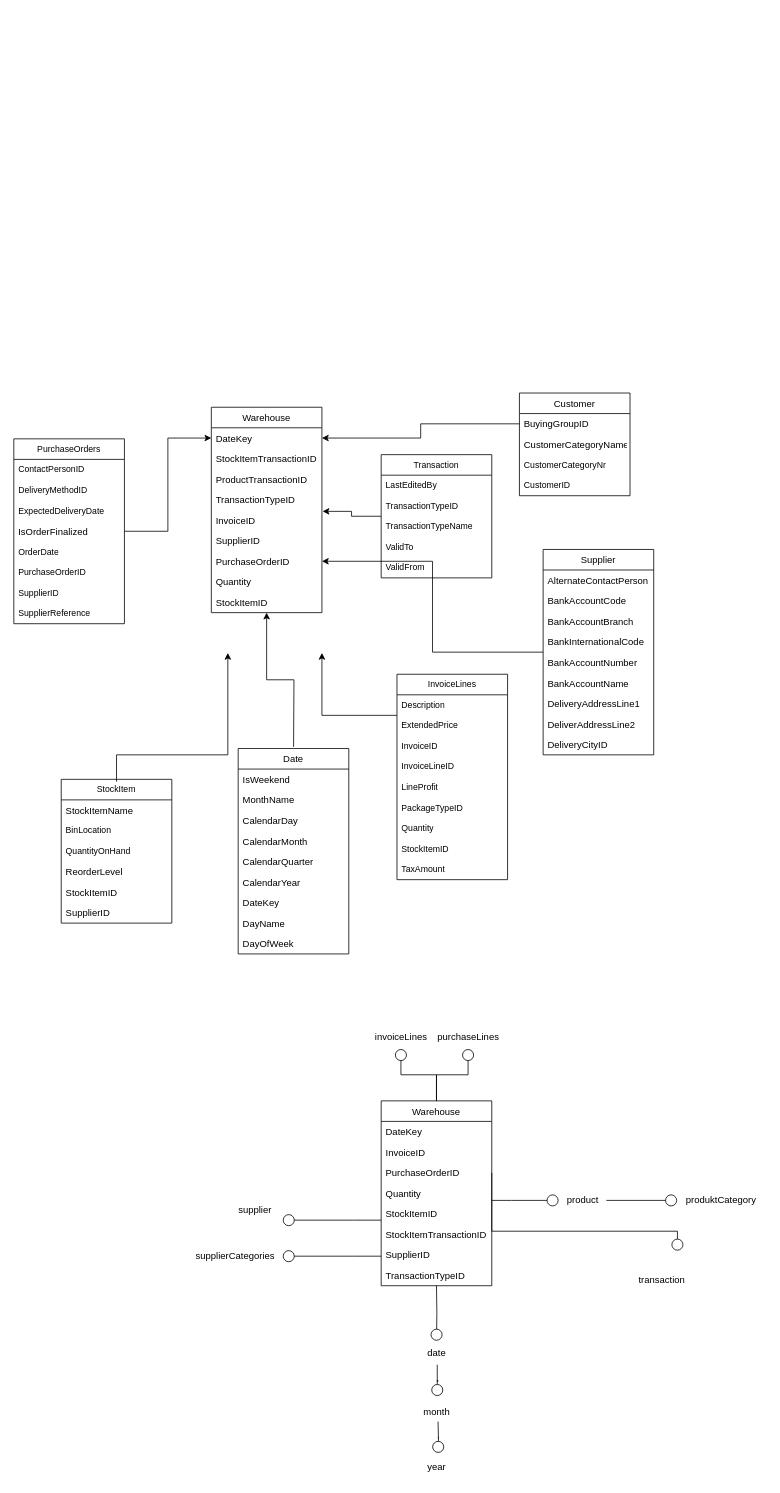
Above: page "Lagerhaltung" (5 of 7) of Datenbankmodell_Abgabe_neu.drawio in Lukas313/PR-DKE (draw.io), before the change. Source tidied: cells renumbered, new cells numbered last; positions are measured from the earlier drawing's top-left corner, leaving out a move shared by most shapes. Both pictures are drawn from the tidied source at 79%, with x=0, y=0 at pixel (13, 393).
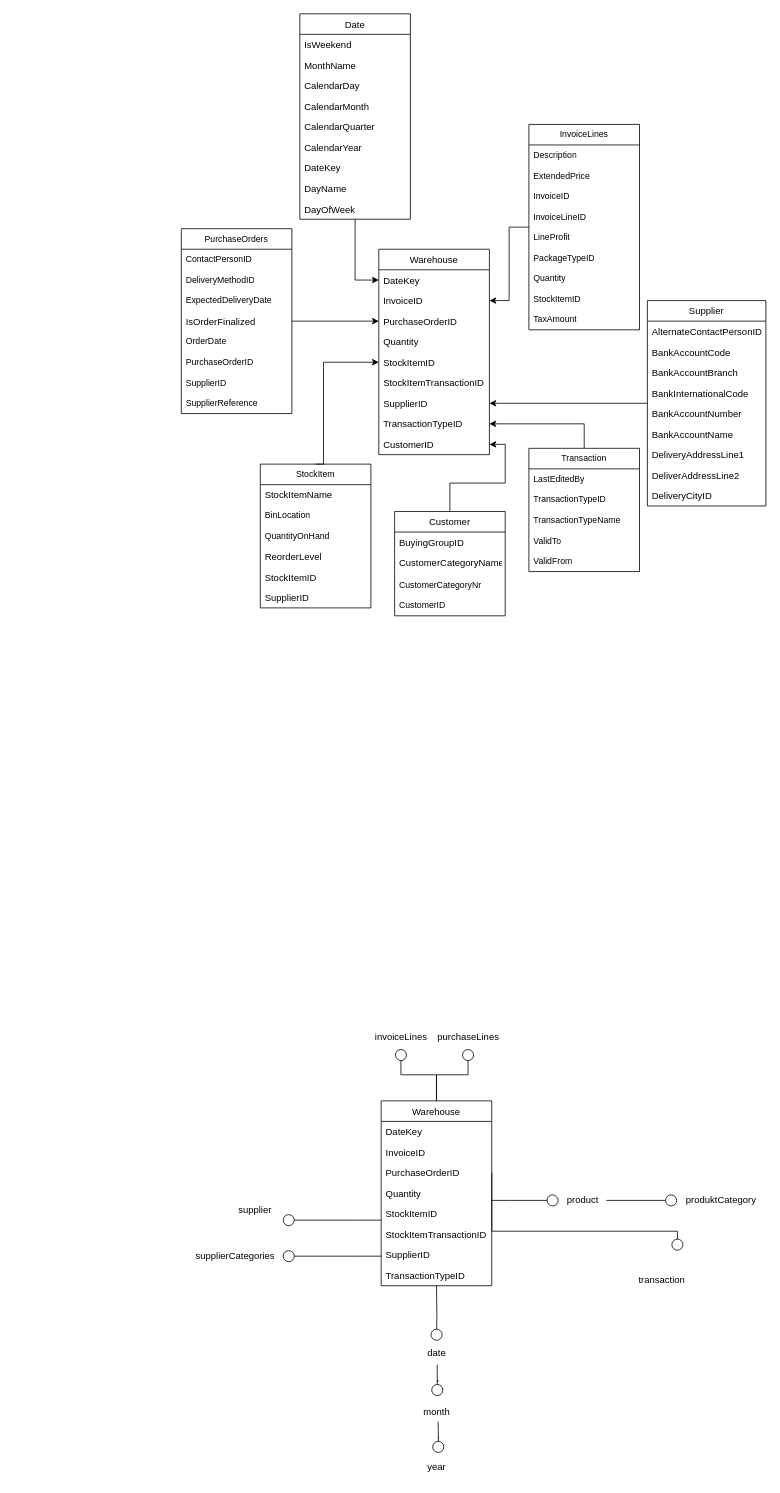
The same page after the edit.

The change refers to these unchanged cells:
```xml
<mxCell id="3" value="BuyingGroupID" style="text;strokeColor=none;fillColor=none;align=left;verticalAlign=top;spacingLeft=4;spacingRight=4;overflow=hidden;points=[[0,0.5],[1,0.5]];portConstraint=eastwest;" parent="2" vertex="1">
  <mxGeometry y="26" width="140" height="26" as="geometry" />
</mxCell>
<mxCell id="8" value="DateKey" style="text;strokeColor=none;fillColor=none;align=left;verticalAlign=top;spacingLeft=4;spacingRight=4;overflow=hidden;points=[[0,0.5],[1,0.5]];portConstraint=eastwest;" parent="7" vertex="1">
  <mxGeometry y="26" width="140" height="26" as="geometry" />
</mxCell>
```

What changed in the source:
```diff
@@
+    <mxCell id="105" style="edgeStyle=orthogonalEdgeStyle;rounded=0;jettySize=auto;html=1;entryX=1;entryY=0.5;entryDx=0;entryDy=0;" parent="1" edge="1" source="2" target="106">
+      <mxGeometry relative="1" as="geometry" />
+    </mxCell>
     <mxCell id="2" value="Customer" style="swimlane;fontStyle=0;horizontal=1;startSize=26;fillColor=none;" parent="1" vertex="1">
-      <mxGeometry x="640" width="140" height="130" as="geometry" />
+      <mxGeometry x="482" y="150" width="140" height="132" as="geometry" />
     </mxCell>
@@
     <mxCell id="4" value="CustomerCategoryName" style="text;strokeColor=none;fillColor=none;align=left;verticalAlign=top;spacingLeft=4;spacingRight=4;overflow=hidden;" parent="2" vertex="1">
-      <mxGeometry y="52" width="140" height="26" as="geometry" />
+      <mxGeometry y="52" width="140" height="28" as="geometry" />
     </mxCell>
     <mxCell id="5" value="CustomerCategoryNr" style="text;strokeColor=none;fillColor=none;align=left;verticalAlign=top;spacingLeft=4;spacingRight=4;overflow=hidden;whiteSpace=wrap;html=1;fontSize=11;fontFamily=Helvetica;fontColor=default;" parent="2" vertex="1">
-      <mxGeometry y="78" width="140" height="26" as="geometry" />
+      <mxGeometry y="80" width="140" height="26" as="geometry" />
     </mxCell>
     <mxCell id="6" value="CustomerID" style="text;strokeColor=none;fillColor=none;align=left;verticalAlign=top;spacingLeft=4;spacingRight=4;overflow=hidden;whiteSpace=wrap;html=1;fontSize=11;fontFamily=Helvetica;fontColor=default;" parent="2" vertex="1">
-      <mxGeometry y="104" width="140" height="26" as="geometry" />
+      <mxGeometry y="106" width="140" height="26" as="geometry" />
     </mxCell>
     <mxCell id="7" value="Warehouse" style="swimlane;fontStyle=0;horizontal=1;startSize=26;fillColor=none;" parent="1" vertex="1">
-      <mxGeometry x="250" y="18" width="140" height="260" as="geometry" />
+      <mxGeometry x="462" y="-182" width="140" height="260" as="geometry" />
     </mxCell>
@@
-    <mxCell id="9" value="StockItemTransactionID" style="text;strokeColor=none;fillColor=none;align=left;verticalAlign=top;spacingLeft=4;spacingRight=4;overflow=hidden;" parent="7" vertex="1">
-      <mxGeometry y="52" width="140" height="26" as="geometry" />
-    </mxCell>
-    <mxCell id="10" value="ProductTransactionID" style="text;strokeColor=none;fillColor=none;align=left;verticalAlign=top;spacingLeft=4;spacingRight=4;overflow=hidden;" parent="7" vertex="1">
-      <mxGeometry y="78" width="140" height="26" as="geometry" />
-    </mxCell>
-    <mxCell id="11" value="TransactionTypeID" style="text;strokeColor=none;fillColor=none;align=left;verticalAlign=top;spacingLeft=4;spacingRight=4;overflow=hidden;points=[[0,0.5],[1,0.5]];portConstraint=eastwest;" parent="7" vertex="1">
-      <mxGeometry y="104" width="140" height="26" as="geometry" />
-    </mxCell>
     <mxCell id="12" value="InvoiceID" style="text;strokeColor=none;fillColor=none;align=left;verticalAlign=top;spacingLeft=4;spacingRight=4;overflow=hidden;points=[[0,0.5],[1,0.5]];portConstraint=eastwest;" parent="7" vertex="1">
-      <mxGeometry y="130" width="140" height="26" as="geometry" />
+      <mxGeometry y="52" width="140" height="26" as="geometry" />
     </mxCell>
-    <mxCell id="13" value="SupplierID" style="text;strokeColor=none;fillColor=none;align=left;verticalAlign=top;spacingLeft=4;spacingRight=4;overflow=hidden;points=[[0,0.5],[1,0.5]];portConstraint=eastwest;" parent="7" vertex="1">
-      <mxGeometry y="156" width="140" height="26" as="geometry" />
-    </mxCell>
     <mxCell id="14" value="PurchaseOrderID" style="text;strokeColor=none;fillColor=none;align=left;verticalAlign=top;spacingLeft=4;spacingRight=4;overflow=hidden;points=[[0,0.5],[1,0.5]];portConstraint=eastwest;" parent="7" vertex="1">
-      <mxGeometry y="182" width="140" height="26" as="geometry" />
+      <mxGeometry y="78" width="140" height="26" as="geometry" />
     </mxCell>
     <mxCell id="15" value="Quantity" style="text;strokeColor=none;fillColor=none;align=left;verticalAlign=top;spacingLeft=4;spacingRight=4;overflow=hidden;" parent="7" vertex="1">
-      <mxGeometry y="208" width="140" height="26" as="geometry" />
+      <mxGeometry y="104" width="140" height="26" as="geometry" />
     </mxCell>
     <mxCell id="16" value="StockItemID" style="text;strokeColor=none;fillColor=none;align=left;verticalAlign=top;spacingLeft=4;spacingRight=4;overflow=hidden;points=[[0,0.5],[1,0.5]];portConstraint=eastwest;" parent="7" vertex="1">
-      <mxGeometry y="234" width="140" height="26" as="geometry" />
+      <mxGeometry y="130" width="140" height="26" as="geometry" />
     </mxCell>
+    <mxCell id="9" value="StockItemTransactionID" style="text;strokeColor=none;fillColor=none;align=left;verticalAlign=top;spacingLeft=4;spacingRight=4;overflow=hidden;" parent="7" vertex="1">
+      <mxGeometry y="156" width="140" height="26" as="geometry" />
+    </mxCell>
+    <mxCell id="13" value="SupplierID" style="text;strokeColor=none;fillColor=none;align=left;verticalAlign=top;spacingLeft=4;spacingRight=4;overflow=hidden;points=[[0,0.5],[1,0.5]];portConstraint=eastwest;" parent="7" vertex="1">
+      <mxGeometry y="182" width="140" height="26" as="geometry" />
+    </mxCell>
+    <mxCell id="11" value="TransactionTypeID" style="text;strokeColor=none;fillColor=none;align=left;verticalAlign=top;spacingLeft=4;spacingRight=4;overflow=hidden;points=[[0,0.5],[1,0.5]];portConstraint=eastwest;" parent="7" vertex="1">
+      <mxGeometry y="208" width="140" height="26" as="geometry" />
+    </mxCell>
+    <mxCell id="106" value="CustomerID" style="text;strokeColor=none;fillColor=none;align=left;verticalAlign=top;spacingLeft=4;spacingRight=4;overflow=hidden;points=[[0,0.5],[1,0.5]];portConstraint=eastwest;" parent="7" vertex="1">
+      <mxGeometry y="234" width="140" height="26" as="geometry" />
+    </mxCell>
@@
     <mxCell id="44" value="Transaction" style="swimlane;fontStyle=0;horizontal=1;startSize=26;fillColor=none;whiteSpace=wrap;html=1;fontFamily=Helvetica;fontSize=11;fontColor=default;" parent="1" vertex="1">
-      <mxGeometry x="465" y="78" width="140" height="156" as="geometry" />
+      <mxGeometry x="652" y="70" width="140" height="156" as="geometry" />
     </mxCell>
@@
-    <mxCell id="50" style="edgeStyle=orthogonalEdgeStyle;shape=connector;rounded=0;jettySize=auto;html=1;entryX=0;entryY=0.5;entryDx=0;entryDy=0;labelBackgroundColor=default;strokeColor=default;align=center;verticalAlign=middle;fontFamily=Helvetica;fontSize=11;fontColor=default;endArrow=classic;" parent="1" edge="1" source="51" target="8">
+    <mxCell id="50" style="edgeStyle=orthogonalEdgeStyle;shape=connector;rounded=0;jettySize=auto;html=1;labelBackgroundColor=default;strokeColor=default;align=center;verticalAlign=middle;fontFamily=Helvetica;fontSize=11;fontColor=default;endArrow=classic;entryX=0;entryY=0.5;entryDx=0;entryDy=0;" parent="1" edge="1" source="51" target="14">
       <mxGeometry relative="1" as="geometry" />
     </mxCell>
     <mxCell id="51" value="PurchaseOrders" style="swimlane;fontStyle=0;horizontal=1;startSize=26;fillColor=none;whiteSpace=wrap;html=1;fontFamily=Helvetica;fontSize=11;fontColor=default;" parent="1" vertex="1">
-      <mxGeometry y="58" width="140" height="234" as="geometry" />
+      <mxGeometry x="212" y="-208" width="140" height="234" as="geometry" />
     </mxCell>
@@
     <mxCell id="60" value="InvoiceLines" style="swimlane;fontStyle=0;horizontal=1;startSize=26;fillColor=none;whiteSpace=wrap;html=1;fontFamily=Helvetica;fontSize=11;fontColor=default;" parent="1" vertex="1">
-      <mxGeometry x="485" y="356" width="140" height="260" as="geometry" />
+      <mxGeometry x="652" y="-340" width="140" height="260" as="geometry" />
     </mxCell>
@@
-    <mxCell id="70" style="edgeStyle=orthogonalEdgeStyle;shape=connector;rounded=0;jettySize=auto;html=1;entryX=1;entryY=0.5;entryDx=0;entryDy=0;labelBackgroundColor=default;strokeColor=default;align=center;verticalAlign=middle;fontFamily=Helvetica;fontSize=11;fontColor=default;endArrow=classic;" parent="1" edge="1" source="3" target="8">
-      <mxGeometry relative="1" as="geometry" />
-    </mxCell>
-    <mxCell id="71" style="edgeStyle=orthogonalEdgeStyle;shape=connector;rounded=0;jettySize=auto;html=1;entryX=1.006;entryY=0.069;entryDx=0;entryDy=0;entryPerimeter=0;labelBackgroundColor=default;strokeColor=default;align=center;verticalAlign=middle;fontFamily=Helvetica;fontSize=11;fontColor=default;endArrow=classic;" parent="1" edge="1" source="44" target="12">
+    <mxCell id="71" style="edgeStyle=orthogonalEdgeStyle;shape=connector;rounded=0;jettySize=auto;html=1;labelBackgroundColor=default;strokeColor=default;align=center;verticalAlign=middle;fontFamily=Helvetica;fontSize=11;fontColor=default;endArrow=classic;" parent="1" edge="1" source="44" target="11">
       <mxGeometry relative="1" as="geometry" />
     </mxCell>
-    <mxCell id="72" style="edgeStyle=orthogonalEdgeStyle;shape=connector;rounded=0;jettySize=auto;html=1;entryX=1;entryY=0.962;entryDx=0;entryDy=0;entryPerimeter=0;labelBackgroundColor=default;strokeColor=default;align=center;verticalAlign=middle;fontFamily=Helvetica;fontSize=11;fontColor=default;endArrow=classic;" parent="1" edge="1" source="60">
-      <mxGeometry relative="1" as="geometry">
-        <mxPoint x="390" y="329" as="targetPoint" />
-        <Array as="points">
-          <mxPoint x="390" y="408" />
-        </Array>
-      </mxGeometry>
-    </mxCell>
-    <mxCell id="73" style="edgeStyle=orthogonalEdgeStyle;shape=connector;rounded=0;orthogonalLoop=1;jettySize=auto;html=1;entryX=0.149;entryY=0.962;entryDx=0;entryDy=0;entryPerimeter=0;labelBackgroundColor=default;strokeColor=default;align=center;verticalAlign=middle;fontFamily=Helvetica;fontSize=11;fontColor=default;endArrow=classic;" parent="1" edge="1">
+    <mxCell id="73" style="edgeStyle=orthogonalEdgeStyle;shape=connector;rounded=0;jettySize=auto;html=1;entryX=0;entryY=0.5;entryDx=0;entryDy=0;labelBackgroundColor=default;strokeColor=default;align=center;verticalAlign=middle;fontFamily=Helvetica;fontSize=11;fontColor=default;endArrow=classic;exitX=0.5;exitY=0;exitDx=0;exitDy=0;" parent="1" edge="1" source="98" target="16">
       <mxGeometry relative="1" as="geometry">
-        <mxPoint x="130" y="492" as="sourcePoint" />
-        <mxPoint x="270.9" y="329" as="targetPoint" />
         <Array as="points">
-          <mxPoint x="130" y="458" />
-          <mxPoint x="271" y="458" />
+          <mxPoint x="392" y="90" />
+          <mxPoint x="392" y="-39" />
         </Array>
       </mxGeometry>
     </mxCell>
@@
-    <mxCell id="76" style="edgeStyle=orthogonalEdgeStyle;rounded=0;jettySize=auto;html=1;entryX=0.5;entryY=1;entryDx=0;entryDy=0;" parent="1" edge="1" target="7">
-      <mxGeometry relative="1" as="geometry">
-        <mxPoint x="354.1" y="448" as="sourcePoint" />
-      </mxGeometry>
-    </mxCell>
-    <mxCell id="77" value="Date" style="swimlane;fontStyle=0;horizontal=1;startSize=26;fillColor=none;" parent="1" vertex="1">
-      <mxGeometry x="284" y="450" width="140" height="260" as="geometry" />
-    </mxCell>
-    <mxCell id="78" value="IsWeekend" style="text;strokeColor=none;fillColor=none;align=left;verticalAlign=top;spacingLeft=4;spacingRight=4;overflow=hidden;" parent="77" vertex="1">
-      <mxGeometry y="26" width="140" height="26" as="geometry" />
-    </mxCell>
-    <mxCell id="79" value="MonthName" style="text;strokeColor=none;fillColor=none;align=left;verticalAlign=top;spacingLeft=4;spacingRight=4;overflow=hidden;" parent="77" vertex="1">
-      <mxGeometry y="52" width="140" height="26" as="geometry" />
-    </mxCell>
-    <mxCell id="80" value="CalendarDay" style="text;strokeColor=none;fillColor=none;align=left;verticalAlign=top;spacingLeft=4;spacingRight=4;overflow=hidden;" parent="77" vertex="1">
-      <mxGeometry y="78" width="140" height="26" as="geometry" />
-    </mxCell>
-    <mxCell id="81" value="CalendarMonth" style="text;strokeColor=none;fillColor=none;align=left;verticalAlign=top;spacingLeft=4;spacingRight=4;overflow=hidden;" parent="77" vertex="1">
-      <mxGeometry y="104" width="140" height="26" as="geometry" />
-    </mxCell>
-    <mxCell id="82" value="CalendarQuarter" style="text;strokeColor=none;fillColor=none;align=left;verticalAlign=top;spacingLeft=4;spacingRight=4;overflow=hidden;" parent="77" vertex="1">
-      <mxGeometry y="130" width="140" height="26" as="geometry" />
-    </mxCell>
-    <mxCell id="83" value="CalendarYear" style="text;strokeColor=none;fillColor=none;align=left;verticalAlign=top;spacingLeft=4;spacingRight=4;overflow=hidden;" parent="77" vertex="1">
-      <mxGeometry y="156" width="140" height="26" as="geometry" />
-    </mxCell>
-    <mxCell id="84" value="DateKey" style="text;strokeColor=none;fillColor=none;align=left;verticalAlign=top;spacingLeft=4;spacingRight=4;overflow=hidden;" parent="77" vertex="1">
-      <mxGeometry y="182" width="140" height="26" as="geometry" />
-    </mxCell>
-    <mxCell id="85" value="DayName" style="text;strokeColor=none;fillColor=none;align=left;verticalAlign=top;spacingLeft=4;spacingRight=4;overflow=hidden;" parent="77" vertex="1">
-      <mxGeometry y="208" width="140" height="26" as="geometry" />
-    </mxCell>
-    <mxCell id="86" value="DayOfWeek" style="text;strokeColor=none;fillColor=none;align=left;verticalAlign=top;spacingLeft=4;spacingRight=4;overflow=hidden;" parent="77" vertex="1">
-      <mxGeometry y="234" width="140" height="26" as="geometry" />
-    </mxCell>
-    <mxCell id="87" style="edgeStyle=orthogonalEdgeStyle;rounded=0;jettySize=auto;html=1;entryX=1;entryY=0.5;entryDx=0;entryDy=0;" parent="1" edge="1" source="88" target="14">
-      <mxGeometry relative="1" as="geometry" />
-    </mxCell>
+    <mxCell id="107" style="edgeStyle=orthogonalEdgeStyle;rounded=0;jettySize=auto;html=1;entryX=1;entryY=0.5;entryDx=0;entryDy=0;" parent="1" edge="1" source="88" target="13">
+      <mxGeometry relative="1" as="geometry" />
+    </mxCell>
     <mxCell id="88" value="Supplier" style="swimlane;fontStyle=0;horizontal=1;startSize=26;fillColor=none;" parent="1" vertex="1">
-      <mxGeometry x="670" y="198" width="140" height="260" as="geometry" />
+      <mxGeometry x="802" y="-117" width="150" height="260" as="geometry" />
     </mxCell>
-    <mxCell id="89" value="AlternateContactPerson" style="text;strokeColor=none;fillColor=none;align=left;verticalAlign=top;spacingLeft=4;spacingRight=4;overflow=hidden;" parent="88" vertex="1">
-      <mxGeometry y="26" width="140" height="26" as="geometry" />
+    <mxCell id="89" value="AlternateContactPersonID" style="text;strokeColor=none;fillColor=none;align=left;verticalAlign=top;spacingLeft=4;spacingRight=4;overflow=hidden;" parent="88" vertex="1">
+      <mxGeometry y="26" width="150" height="26" as="geometry" />
     </mxCell>
     <mxCell id="90" value="BankAccountCode" style="text;strokeColor=none;fillColor=none;align=left;verticalAlign=top;spacingLeft=4;spacingRight=4;overflow=hidden;" parent="88" vertex="1">
-      <mxGeometry y="52" width="140" height="26" as="geometry" />
+      <mxGeometry y="52" width="150" height="26" as="geometry" />
     </mxCell>
     <mxCell id="91" value="BankAccountBranch" style="text;strokeColor=none;fillColor=none;align=left;verticalAlign=top;spacingLeft=4;spacingRight=4;overflow=hidden;" parent="88" vertex="1">
-      <mxGeometry y="78" width="140" height="26" as="geometry" />
+      <mxGeometry y="78" width="150" height="26" as="geometry" />
     </mxCell>
     <mxCell id="92" value="BankInternationalCode" style="text;strokeColor=none;fillColor=none;align=left;verticalAlign=top;spacingLeft=4;spacingRight=4;overflow=hidden;" parent="88" vertex="1">
-      <mxGeometry y="104" width="140" height="26" as="geometry" />
+      <mxGeometry y="104" width="150" height="26" as="geometry" />
     </mxCell>
     <mxCell id="93" value="BankAccountNumber" style="text;strokeColor=none;fillColor=none;align=left;verticalAlign=top;spacingLeft=4;spacingRight=4;overflow=hidden;" parent="88" vertex="1">
-      <mxGeometry y="130" width="140" height="26" as="geometry" />
+      <mxGeometry y="130" width="150" height="26" as="geometry" />
     </mxCell>
     <mxCell id="94" value="BankAccountName" style="text;strokeColor=none;fillColor=none;align=left;verticalAlign=top;spacingLeft=4;spacingRight=4;overflow=hidden;" parent="88" vertex="1">
-      <mxGeometry y="156" width="140" height="26" as="geometry" />
+      <mxGeometry y="156" width="150" height="26" as="geometry" />
     </mxCell>
     <mxCell id="95" value="DeliveryAddressLine1" style="text;strokeColor=none;fillColor=none;align=left;verticalAlign=top;spacingLeft=4;spacingRight=4;overflow=hidden;" parent="88" vertex="1">
-      <mxGeometry y="182" width="140" height="26" as="geometry" />
+      <mxGeometry y="182" width="150" height="26" as="geometry" />
     </mxCell>
     <mxCell id="96" value="DeliverAddressLine2" style="text;strokeColor=none;fillColor=none;align=left;verticalAlign=top;spacingLeft=4;spacingRight=4;overflow=hidden;" parent="88" vertex="1">
-      <mxGeometry y="208" width="140" height="26" as="geometry" />
+      <mxGeometry y="208" width="150" height="26" as="geometry" />
     </mxCell>
     <mxCell id="97" value="DeliveryCityID" style="text;strokeColor=none;fillColor=none;align=left;verticalAlign=top;spacingLeft=4;spacingRight=4;overflow=hidden;" parent="88" vertex="1">
-      <mxGeometry y="234" width="140" height="26" as="geometry" />
+      <mxGeometry y="234" width="150" height="26" as="geometry" />
     </mxCell>
     <mxCell id="98" value="StockItem" style="swimlane;fontStyle=0;horizontal=1;startSize=26;fillColor=none;whiteSpace=wrap;html=1;fontFamily=Helvetica;fontSize=11;fontColor=default;" parent="1" vertex="1">
-      <mxGeometry x="60" y="489" width="140" height="182" as="geometry" />
+      <mxGeometry x="312" y="90" width="140" height="182" as="geometry" />
     </mxCell>
@@
+    <mxCell id="108" style="edgeStyle=orthogonalEdgeStyle;rounded=0;jettySize=auto;html=1;entryX=0;entryY=0.5;entryDx=0;entryDy=0;" parent="1" edge="1" source="77" target="8">
+      <mxGeometry relative="1" as="geometry" />
+    </mxCell>
+    <mxCell id="77" value="Date" style="swimlane;fontStyle=0;horizontal=1;startSize=26;fillColor=none;" parent="1" vertex="1">
+      <mxGeometry x="362" y="-480" width="140" height="260" as="geometry" />
+    </mxCell>
+    <mxCell id="78" value="IsWeekend" style="text;strokeColor=none;fillColor=none;align=left;verticalAlign=top;spacingLeft=4;spacingRight=4;overflow=hidden;" parent="77" vertex="1">
+      <mxGeometry y="26" width="140" height="26" as="geometry" />
+    </mxCell>
+    <mxCell id="79" value="MonthName" style="text;strokeColor=none;fillColor=none;align=left;verticalAlign=top;spacingLeft=4;spacingRight=4;overflow=hidden;" parent="77" vertex="1">
+      <mxGeometry y="52" width="140" height="26" as="geometry" />
+    </mxCell>
+    <mxCell id="80" value="CalendarDay" style="text;strokeColor=none;fillColor=none;align=left;verticalAlign=top;spacingLeft=4;spacingRight=4;overflow=hidden;" parent="77" vertex="1">
+      <mxGeometry y="78" width="140" height="26" as="geometry" />
+    </mxCell>
+    <mxCell id="81" value="CalendarMonth" style="text;strokeColor=none;fillColor=none;align=left;verticalAlign=top;spacingLeft=4;spacingRight=4;overflow=hidden;" parent="77" vertex="1">
+      <mxGeometry y="104" width="140" height="26" as="geometry" />
+    </mxCell>
+    <mxCell id="82" value="CalendarQuarter" style="text;strokeColor=none;fillColor=none;align=left;verticalAlign=top;spacingLeft=4;spacingRight=4;overflow=hidden;" parent="77" vertex="1">
+      <mxGeometry y="130" width="140" height="26" as="geometry" />
+    </mxCell>
+    <mxCell id="83" value="CalendarYear" style="text;strokeColor=none;fillColor=none;align=left;verticalAlign=top;spacingLeft=4;spacingRight=4;overflow=hidden;" parent="77" vertex="1">
+      <mxGeometry y="156" width="140" height="26" as="geometry" />
+    </mxCell>
+    <mxCell id="84" value="DateKey" style="text;strokeColor=none;fillColor=none;align=left;verticalAlign=top;spacingLeft=4;spacingRight=4;overflow=hidden;" parent="77" vertex="1">
+      <mxGeometry y="182" width="140" height="26" as="geometry" />
+    </mxCell>
+    <mxCell id="85" value="DayName" style="text;strokeColor=none;fillColor=none;align=left;verticalAlign=top;spacingLeft=4;spacingRight=4;overflow=hidden;" parent="77" vertex="1">
+      <mxGeometry y="208" width="140" height="26" as="geometry" />
+    </mxCell>
+    <mxCell id="86" value="DayOfWeek" style="text;strokeColor=none;fillColor=none;align=left;verticalAlign=top;spacingLeft=4;spacingRight=4;overflow=hidden;" parent="77" vertex="1">
+      <mxGeometry y="234" width="140" height="26" as="geometry" />
+    </mxCell>
+    <mxCell id="109" style="edgeStyle=orthogonalEdgeStyle;rounded=0;jettySize=auto;html=1;" parent="1" edge="1" source="60" target="12">
+      <mxGeometry relative="1" as="geometry" />
+    </mxCell>
```
